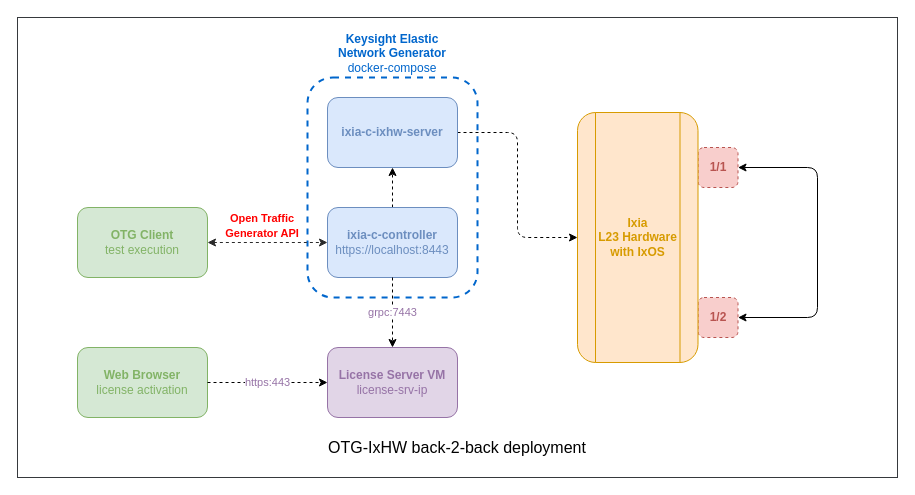
Above: page "ixhw-b2b-licserver" (9 of 11) of drawio/otg-examples.drawio in open-traffic-generator/otg-examples (draw.io), before the change. Source tidied: cells renumbered, new cells numbered last; positions are measured from the earlier drawing's top-left corner, leaving out a move shared by most shapes. Both pictures are drawn from the tidied source at 100%, with x=0, y=0 at pixel (17, 17).
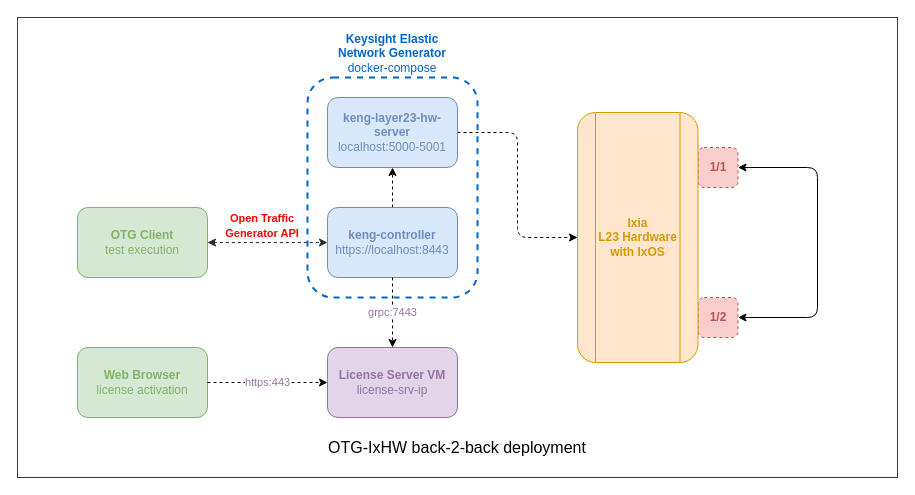
The same page after the edit.

Change to the diagram source:
```diff
@@
-    <mxCell id="9" value="&lt;font style=&quot;&quot;&gt;&lt;b&gt;ixia-c-controller&lt;/b&gt;&lt;br&gt;https://localhost:8443&lt;br&gt;&lt;/font&gt;" style="rounded=1;whiteSpace=wrap;html=1;fillColor=#dae8fc;strokeColor=#6c8ebf;fillStyle=hachure;fontColor=#6C8EBF;" parent="1" vertex="1">
+    <mxCell id="9" value="&lt;font style=&quot;&quot;&gt;&lt;b&gt;keng-controller&lt;/b&gt;&lt;br&gt;https://localhost:8443&lt;br&gt;&lt;/font&gt;" style="rounded=1;whiteSpace=wrap;html=1;fillColor=#dae8fc;strokeColor=#6c8ebf;fillStyle=hachure;fontColor=#6C8EBF;" parent="1" vertex="1">
       <mxGeometry x="310" y="190" width="130" height="70" as="geometry" />
     </mxCell>
@@
-    <mxCell id="12" value="&lt;font style=&quot;&quot;&gt;&lt;b&gt;ixia-c-ixhw-server&lt;/b&gt;&lt;br&gt;&lt;/font&gt;" style="rounded=1;whiteSpace=wrap;html=1;fillColor=#dae8fc;strokeColor=#6c8ebf;fillStyle=hachure;fontColor=#6C8EBF;" parent="1" vertex="1">
+    <mxCell id="12" value="&lt;font style=&quot;&quot;&gt;&lt;b&gt;keng-layer23-hw-server&lt;/b&gt;&lt;br&gt;localhost:5000-5001&lt;br&gt;&lt;/font&gt;" style="rounded=1;whiteSpace=wrap;html=1;fillColor=#dae8fc;strokeColor=#6c8ebf;fillStyle=hachure;fontColor=#6C8EBF;" parent="1" vertex="1">
       <mxGeometry x="310" y="80" width="130" height="70" as="geometry" />
     </mxCell>
```
